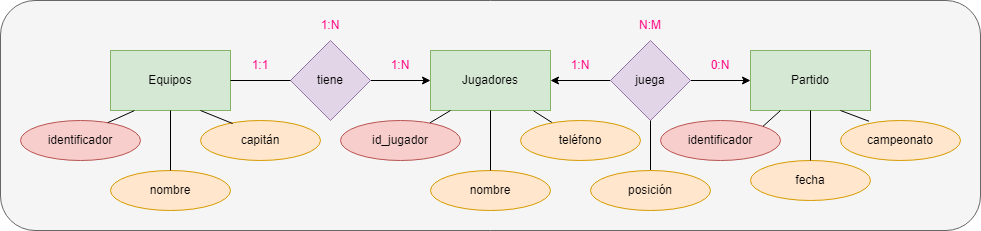
The draw.io diagram Tareas/UD2-INTERPRETACIÓN DE DIAGRAMAS ENTIDAD-RELACIÓN/Ejercicio Básico ER/7equiposJugadores.drawio.png in popadron/base-de-datos, before a commit. Source tidied: cells renumbered, new cells last; positions are measured from the earlier drawing's top-left corner, leaving out a move shared by most shapes.
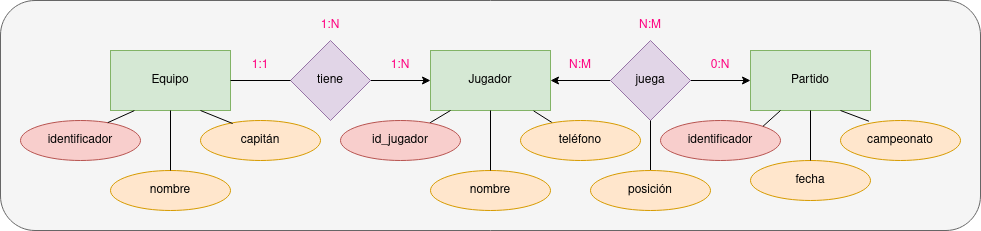
After the change.

What changed in the source:
```diff
@@ -5,7 +5,7 @@
     <mxCell id="2" style="rounded=1;whiteSpace=wrap;html=1;fillColor=#f5f5f5;strokeColor=#666666;fontColor=#333333;" parent="1" vertex="1">
       <mxGeometry width="980" height="230" as="geometry" />
     </mxCell>
-    <mxCell id="3" value="Equipos" style="rounded=0;whiteSpace=wrap;html=1;fillColor=#d5e8d4;strokeColor=#82b366;" parent="1" vertex="1">
+    <mxCell id="3" value="Equipo" style="rounded=0;whiteSpace=wrap;html=1;fillColor=#d5e8d4;strokeColor=#82b366;" parent="1" vertex="1">
       <mxGeometry x="110" y="50" width="120" height="60" as="geometry" />
     </mxCell>
     <mxCell id="4" style="edgeStyle=orthogonalEdgeStyle;rounded=0;jettySize=auto;html=1;" parent="1" edge="1" source="5" target="6">
@@ -14,7 +14,7 @@
     <mxCell id="5" value="tiene" style="rhombus;whiteSpace=wrap;html=1;fillColor=#e1d5e7;strokeColor=#9673a6;" parent="1" vertex="1">
       <mxGeometry x="290" y="40" width="80" height="80" as="geometry" />
     </mxCell>
-    <mxCell id="6" value="Jugadores" style="rounded=0;whiteSpace=wrap;html=1;fillColor=#d5e8d4;strokeColor=#82b366;" parent="1" vertex="1">
+    <mxCell id="6" value="Jugador" style="rounded=0;whiteSpace=wrap;html=1;fillColor=#d5e8d4;strokeColor=#82b366;" parent="1" vertex="1">
       <mxGeometry x="430" y="50" width="120" height="60" as="geometry" />
     </mxCell>
     <mxCell id="7" style="edgeStyle=orthogonalEdgeStyle;rounded=0;jettySize=auto;html=1;fontColor=#FF0080;" parent="1" edge="1" source="9" target="10">
@@ -41,7 +41,7 @@
     <mxCell id="14" value="0:N" style="text;html=1;strokeColor=none;fillColor=none;align=center;verticalAlign=middle;whiteSpace=wrap;rounded=0;fontColor=#FF0080;" parent="1" vertex="1">
       <mxGeometry x="690" y="50" width="60" height="30" as="geometry" />
     </mxCell>
-    <mxCell id="15" value="1:N" style="text;html=1;strokeColor=none;fillColor=none;align=center;verticalAlign=middle;whiteSpace=wrap;rounded=0;fontColor=#FF0080;" parent="1" vertex="1">
+    <mxCell id="15" value="N:M" style="text;html=1;strokeColor=none;fillColor=none;align=center;verticalAlign=middle;whiteSpace=wrap;rounded=0;fontColor=#FF0080;" parent="1" vertex="1">
       <mxGeometry x="550" y="50" width="60" height="30" as="geometry" />
     </mxCell>
     <mxCell id="16" value="N:M" style="text;html=1;strokeColor=none;fillColor=none;align=center;verticalAlign=middle;whiteSpace=wrap;rounded=0;fontColor=#FF0080;" parent="1" vertex="1">
```
